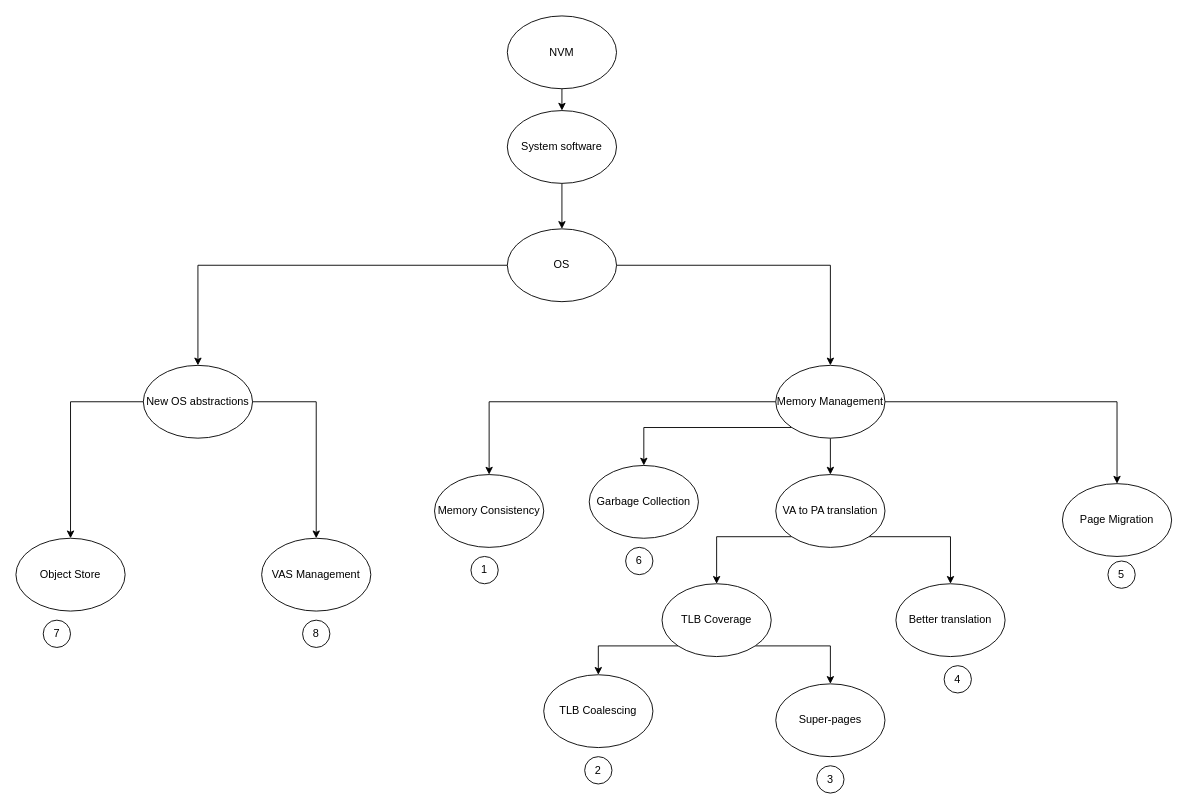
Earlier version of the draw.io diagram Copy of sota.drawio (arunkp1986/CAR3S). Source tidied: cells renumbered, new cells numbered last; positions are measured from the earlier drawing's top-left corner, leaving out a move shared by most shapes. Both pictures are drawn from the tidied source at 91%, with x=0, y=0 at pixel (15, 15).
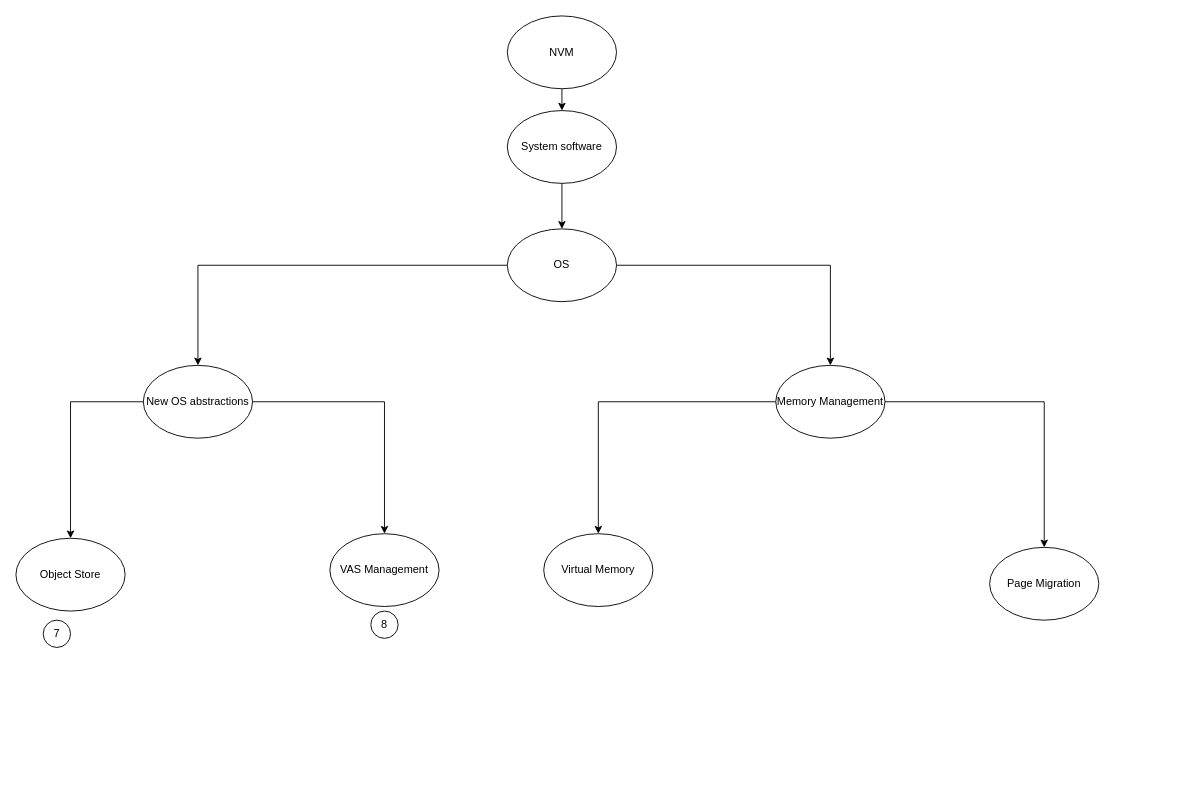
After the change.

Unchanged cells that the change refers to:
```xml
<mxCell id="10" value="Memory Management" style="ellipse;whiteSpace=wrap;html=1;" parent="1" vertex="1">
  <mxGeometry x="835" y="384" width="120" height="80" as="geometry" />
</mxCell>
```

The edit, as a diff of the source:
```diff
@@
-    <mxCell id="8" style="edgeStyle=orthogonalEdgeStyle;rounded=0;jettySize=auto;html=1;" parent="1" edge="1" source="10" target="13">
-      <mxGeometry relative="1" as="geometry" />
-    </mxCell>
-    <mxCell id="9" style="edgeStyle=orthogonalEdgeStyle;rounded=0;jettySize=auto;html=1;exitX=0;exitY=1;exitDx=0;exitDy=0;" parent="1" edge="1" source="10" target="35">
-      <mxGeometry relative="1" as="geometry" />
-    </mxCell>
@@
-    <mxCell id="11" style="edgeStyle=orthogonalEdgeStyle;rounded=0;jettySize=auto;html=1;exitX=0;exitY=1;exitDx=0;exitDy=0;" parent="1" edge="1" source="13" target="17">
-      <mxGeometry relative="1" as="geometry" />
-    </mxCell>
-    <mxCell id="12" style="edgeStyle=orthogonalEdgeStyle;rounded=0;jettySize=auto;html=1;exitX=1;exitY=1;exitDx=0;exitDy=0;" parent="1" edge="1" source="13" target="18">
-      <mxGeometry relative="1" as="geometry" />
-    </mxCell>
-    <mxCell id="13" value="VA to PA translation" style="ellipse;whiteSpace=wrap;html=1;" parent="1" vertex="1">
-      <mxGeometry x="835" y="504" width="120" height="80" as="geometry" />
-    </mxCell>
     <mxCell id="14" value="Page Migration" style="ellipse;whiteSpace=wrap;html=1;" parent="1" vertex="1">
-      <mxGeometry x="1150" y="514" width="120" height="80" as="geometry" />
+      <mxGeometry x="1070" y="584" width="120" height="80" as="geometry" />
     </mxCell>
-    <mxCell id="15" style="edgeStyle=orthogonalEdgeStyle;rounded=0;jettySize=auto;html=1;exitX=0;exitY=1;exitDx=0;exitDy=0;entryX=0.5;entryY=0;entryDx=0;entryDy=0;" parent="1" edge="1" source="17" target="19">
-      <mxGeometry relative="1" as="geometry" />
-    </mxCell>
-    <mxCell id="16" style="edgeStyle=orthogonalEdgeStyle;rounded=0;jettySize=auto;html=1;exitX=1;exitY=1;exitDx=0;exitDy=0;entryX=0.5;entryY=0;entryDx=0;entryDy=0;" parent="1" edge="1" source="17" target="20">
-      <mxGeometry relative="1" as="geometry" />
-    </mxCell>
-    <mxCell id="17" value="TLB Coverage" style="ellipse;whiteSpace=wrap;html=1;" parent="1" vertex="1">
-      <mxGeometry x="710" y="624" width="120" height="80" as="geometry" />
-    </mxCell>
-    <mxCell id="18" value="Better translation" style="ellipse;whiteSpace=wrap;html=1;" parent="1" vertex="1">
-      <mxGeometry x="967" y="624" width="120" height="80" as="geometry" />
-    </mxCell>
-    <mxCell id="19" value="TLB Coalescing" style="ellipse;whiteSpace=wrap;html=1;" parent="1" vertex="1">
-      <mxGeometry x="580" y="724" width="120" height="80" as="geometry" />
-    </mxCell>
-    <mxCell id="20" value="Super-pages" style="ellipse;whiteSpace=wrap;html=1;" parent="1" vertex="1">
-      <mxGeometry x="835" y="734" width="120" height="80" as="geometry" />
-    </mxCell>
@@
     <mxCell id="24" value="VAS Management" style="ellipse;whiteSpace=wrap;html=1;" parent="1" vertex="1">
-      <mxGeometry x="270" y="574" width="120" height="80" as="geometry" />
+      <mxGeometry x="345" y="569" width="120" height="80" as="geometry" />
     </mxCell>
-    <mxCell id="25" value="Memory Consistency" style="ellipse;whiteSpace=wrap;html=1;" parent="1" vertex="1">
-      <mxGeometry x="460" y="504" width="120" height="80" as="geometry" />
+    <mxCell id="25" value="Virtual Memory" style="ellipse;whiteSpace=wrap;html=1;" parent="1" vertex="1">
+      <mxGeometry x="580" y="569" width="120" height="80" as="geometry" />
     </mxCell>
@@
-    <mxCell id="30" value="1" style="ellipse;whiteSpace=wrap;html=1;" parent="1" vertex="1">
-      <mxGeometry x="500" y="594" width="30" height="30" as="geometry" />
-    </mxCell>
-    <mxCell id="31" value="2" style="ellipse;whiteSpace=wrap;html=1;" parent="1" vertex="1">
-      <mxGeometry x="625" y="814" width="30" height="30" as="geometry" />
-    </mxCell>
-    <mxCell id="32" value="3" style="ellipse;whiteSpace=wrap;html=1;" parent="1" vertex="1">
-      <mxGeometry x="880" y="824" width="30" height="30" as="geometry" />
-    </mxCell>
-    <mxCell id="33" value="4" style="ellipse;whiteSpace=wrap;html=1;" parent="1" vertex="1">
-      <mxGeometry x="1020" y="714" width="30" height="30" as="geometry" />
-    </mxCell>
-    <mxCell id="34" value="5" style="ellipse;whiteSpace=wrap;html=1;" parent="1" vertex="1">
-      <mxGeometry x="1200" y="599" width="30" height="30" as="geometry" />
-    </mxCell>
-    <mxCell id="35" value="Garbage Collection" style="ellipse;whiteSpace=wrap;html=1;" parent="1" vertex="1">
-      <mxGeometry x="630" y="494" width="120" height="80" as="geometry" />
-    </mxCell>
-    <mxCell id="36" value="6" style="ellipse;whiteSpace=wrap;html=1;" parent="1" vertex="1">
-      <mxGeometry x="670" y="584" width="30" height="30" as="geometry" />
-    </mxCell>
@@
     <mxCell id="38" value="8" style="ellipse;whiteSpace=wrap;html=1;" parent="1" vertex="1">
-      <mxGeometry x="315" y="664" width="30" height="30" as="geometry" />
+      <mxGeometry x="390" y="654" width="30" height="30" as="geometry" />
     </mxCell>
```
